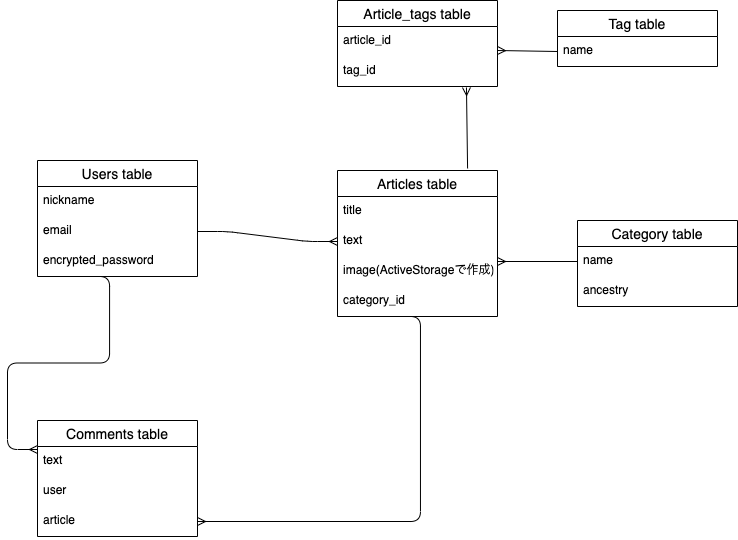
Earlier version of the draw.io export find_er.drawio.png (Danke1732/find-app). Source tidied: cells renumbered, new cells last; positions are measured from the earlier drawing's top-left corner, leaving out a move shared by most shapes. Its diagram source:
```xml
<mxGraphModel>
  <root>
    <mxCell id="0" />
    <mxCell id="1" parent="0" />
    <mxCell id="2" value="Users table" style="swimlane;fontStyle=0;horizontal=1;startSize=26;align=center;fontSize=14;" parent="1" vertex="1">
      <mxGeometry y="160" width="160" height="116" as="geometry" />
    </mxCell>
    <mxCell id="3" value="nickname" style="text;strokeColor=none;fillColor=none;spacingLeft=4;spacingRight=4;overflow=hidden;fontSize=12;" parent="2" vertex="1">
      <mxGeometry y="26" width="160" height="30" as="geometry" />
    </mxCell>
    <mxCell id="4" value="email" style="text;strokeColor=none;fillColor=none;spacingLeft=4;spacingRight=4;overflow=hidden;points=[[0,0.5],[1,0.5]];portConstraint=eastwest;fontSize=12;" parent="2" vertex="1">
      <mxGeometry y="56" width="160" height="30" as="geometry" />
    </mxCell>
    <mxCell id="5" value="encrypted_password" style="text;strokeColor=none;fillColor=none;spacingLeft=4;spacingRight=4;overflow=hidden;points=[[0,0.5],[1,0.5]];portConstraint=eastwest;fontSize=12;" parent="2" vertex="1">
      <mxGeometry y="86" width="160" height="30" as="geometry" />
    </mxCell>
    <mxCell id="6" value="Comments table" style="swimlane;fontStyle=0;horizontal=1;startSize=26;align=center;fontSize=14;" parent="1" vertex="1">
      <mxGeometry y="420" width="160" height="116" as="geometry" />
    </mxCell>
    <mxCell id="7" value="text" style="text;strokeColor=none;fillColor=none;spacingLeft=4;spacingRight=4;overflow=hidden;fontSize=12;" parent="6" vertex="1">
      <mxGeometry y="26" width="160" height="30" as="geometry" />
    </mxCell>
    <mxCell id="8" value="user" style="text;strokeColor=none;fillColor=none;spacingLeft=4;spacingRight=4;overflow=hidden;fontSize=12;" parent="6" vertex="1">
      <mxGeometry y="56" width="160" height="30" as="geometry" />
    </mxCell>
    <mxCell id="9" value="article" style="text;strokeColor=none;fillColor=none;spacingLeft=4;spacingRight=4;overflow=hidden;points=[[0,0.5],[1,0.5]];portConstraint=eastwest;fontSize=12;" parent="6" vertex="1">
      <mxGeometry y="86" width="160" height="30" as="geometry" />
    </mxCell>
    <mxCell id="10" value="Articles table" style="swimlane;fontStyle=0;horizontal=1;startSize=26;align=center;fontSize=14;" parent="1" vertex="1">
      <mxGeometry x="300" y="170" width="160" height="146" as="geometry" />
    </mxCell>
    <mxCell id="11" value="title" style="text;strokeColor=none;fillColor=none;spacingLeft=4;spacingRight=4;overflow=hidden;fontSize=12;" parent="10" vertex="1">
      <mxGeometry y="26" width="160" height="30" as="geometry" />
    </mxCell>
    <mxCell id="12" value="text" style="text;strokeColor=none;fillColor=none;spacingLeft=4;spacingRight=4;overflow=hidden;points=[[0,0.5],[1,0.5]];portConstraint=eastwest;fontSize=12;" parent="10" vertex="1">
      <mxGeometry y="56" width="160" height="30" as="geometry" />
    </mxCell>
    <mxCell id="13" value="image(ActiveStorageで作成)" style="text;strokeColor=none;fillColor=none;spacingLeft=4;spacingRight=4;overflow=hidden;fontSize=12;" parent="10" vertex="1">
      <mxGeometry y="86" width="160" height="30" as="geometry" />
    </mxCell>
    <mxCell id="14" value="category_id" style="text;strokeColor=none;fillColor=none;spacingLeft=4;spacingRight=4;overflow=hidden;points=[[0,0.5],[1,0.5]];portConstraint=eastwest;fontSize=12;" parent="10" vertex="1">
      <mxGeometry y="116" width="160" height="30" as="geometry" />
    </mxCell>
    <mxCell id="15" value="Tag table" style="swimlane;fontStyle=0;horizontal=1;startSize=26;align=center;fontSize=14;" parent="1" vertex="1">
      <mxGeometry x="520" y="10" width="160" height="56" as="geometry" />
    </mxCell>
    <mxCell id="16" value="name" style="text;strokeColor=none;fillColor=none;spacingLeft=4;spacingRight=4;overflow=hidden;points=[[0,0.5],[1,0.5]];portConstraint=eastwest;fontSize=12;" parent="15" vertex="1">
      <mxGeometry y="26" width="160" height="30" as="geometry" />
    </mxCell>
    <mxCell id="17" value="Article_tags table" style="swimlane;fontStyle=0;horizontal=1;startSize=26;align=center;fontSize=14;" parent="1" vertex="1">
      <mxGeometry x="300" width="160" height="86" as="geometry" />
    </mxCell>
    <mxCell id="18" value="article_id" style="text;strokeColor=none;fillColor=none;spacingLeft=4;spacingRight=4;overflow=hidden;points=[[0,0.5],[1,0.5]];portConstraint=eastwest;fontSize=12;" parent="17" vertex="1">
      <mxGeometry y="26" width="160" height="30" as="geometry" />
    </mxCell>
    <mxCell id="19" value="tag_id" style="text;strokeColor=none;fillColor=none;spacingLeft=4;spacingRight=4;overflow=hidden;points=[[0,0.5],[1,0.5]];portConstraint=eastwest;fontSize=12;" parent="17" vertex="1">
      <mxGeometry y="56" width="160" height="30" as="geometry" />
    </mxCell>
    <mxCell id="20" style="edgeStyle=entityRelationEdgeStyle;fontSize=12;html=1;endArrow=ERmany;exitX=1;exitY=0.5;exitDx=0;exitDy=0;entryX=0;entryY=0.5;entryDx=0;entryDy=0;" parent="1" edge="1" source="4" target="12">
      <mxGeometry relative="1" as="geometry" />
    </mxCell>
    <mxCell id="21" value="Category table" style="swimlane;fontStyle=0;horizontal=1;startSize=26;align=center;fontSize=14;" parent="1" vertex="1">
      <mxGeometry x="540" y="220" width="160" height="86" as="geometry" />
    </mxCell>
    <mxCell id="22" value="name" style="text;strokeColor=none;fillColor=none;spacingLeft=4;spacingRight=4;overflow=hidden;points=[[0,0.5],[1,0.5]];portConstraint=eastwest;fontSize=12;" parent="21" vertex="1">
      <mxGeometry y="26" width="160" height="30" as="geometry" />
    </mxCell>
    <mxCell id="23" value="ancestry" style="text;strokeColor=none;fillColor=none;spacingLeft=4;spacingRight=4;overflow=hidden;fontSize=12;" parent="21" vertex="1">
      <mxGeometry y="56" width="160" height="30" as="geometry" />
    </mxCell>
    <mxCell id="24" style="edgeStyle=entityRelationEdgeStyle;fontSize=12;html=1;endArrow=ERmany;exitX=0.331;exitY=1;exitDx=0;exitDy=0;exitPerimeter=0;" parent="1" edge="1" source="14" target="9">
      <mxGeometry relative="1" as="geometry" />
    </mxCell>
    <mxCell id="25" style="edgeStyle=entityRelationEdgeStyle;fontSize=12;html=1;endArrow=ERmany;exitX=0.263;exitY=1;exitDx=0;exitDy=0;exitPerimeter=0;entryX=0;entryY=0.25;entryDx=0;entryDy=0;" parent="1" edge="1" source="5" target="6">
      <mxGeometry relative="1" as="geometry" />
    </mxCell>
    <mxCell id="26" style="edgeStyle=orthogonalEdgeStyle;fontSize=12;html=1;endArrow=ERmany;exitX=0;exitY=0.5;exitDx=0;exitDy=0;" parent="1" edge="1" source="22">
      <mxGeometry relative="1" as="geometry">
        <mxPoint x="460" y="261" as="targetPoint" />
      </mxGeometry>
    </mxCell>
    <mxCell id="27" style="fontSize=12;html=1;endArrow=ERmany;exitX=0;exitY=0.5;exitDx=0;exitDy=0;entryX=1;entryY=0.8;entryDx=0;entryDy=0;entryPerimeter=0;" parent="1" edge="1" source="16" target="18">
      <mxGeometry relative="1" as="geometry" />
    </mxCell>
    <mxCell id="28" style="fontSize=12;html=1;endArrow=ERmany;exitX=0.813;exitY=-0.014;exitDx=0;exitDy=0;entryX=0.806;entryY=1.033;entryDx=0;entryDy=0;entryPerimeter=0;exitPerimeter=0;" parent="1" edge="1" source="10" target="19">
      <mxGeometry relative="1" as="geometry" />
    </mxCell>
  </root>
</mxGraphModel>
```
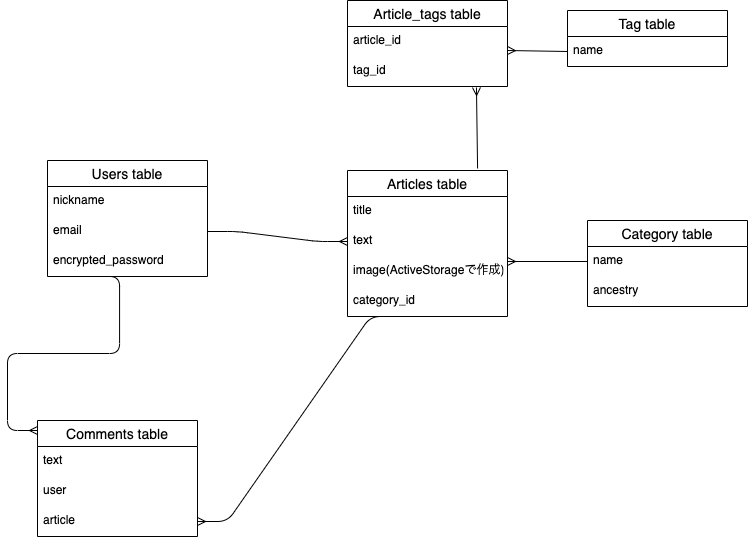
Later version of the same file.

What changed in the source:
```diff
@@ -15,7 +15,7 @@
       <mxGeometry y="86" width="160" height="30" as="geometry" />
     </mxCell>
     <mxCell id="6" value="Comments table" style="swimlane;fontStyle=0;horizontal=1;startSize=26;align=center;fontSize=14;" parent="1" vertex="1">
-      <mxGeometry y="420" width="160" height="116" as="geometry" />
+      <mxGeometry x="-10" y="420" width="160" height="116" as="geometry" />
     </mxCell>
     <mxCell id="7" value="text" style="text;strokeColor=none;fillColor=none;spacingLeft=4;spacingRight=4;overflow=hidden;fontSize=12;" parent="6" vertex="1">
       <mxGeometry y="26" width="160" height="30" as="geometry" />
@@ -71,8 +71,10 @@
     <mxCell id="24" style="edgeStyle=entityRelationEdgeStyle;fontSize=12;html=1;endArrow=ERmany;exitX=0.331;exitY=1;exitDx=0;exitDy=0;exitPerimeter=0;" parent="1" edge="1" source="14" target="9">
       <mxGeometry relative="1" as="geometry" />
     </mxCell>
-    <mxCell id="25" style="edgeStyle=entityRelationEdgeStyle;fontSize=12;html=1;endArrow=ERmany;exitX=0.263;exitY=1;exitDx=0;exitDy=0;exitPerimeter=0;entryX=0;entryY=0.25;entryDx=0;entryDy=0;" parent="1" edge="1" source="5" target="6">
-      <mxGeometry relative="1" as="geometry" />
+    <mxCell id="25" style="edgeStyle=entityRelationEdgeStyle;fontSize=12;html=1;endArrow=ERmany;exitX=0.263;exitY=1;exitDx=0;exitDy=0;exitPerimeter=0;" parent="1" edge="1" source="5">
+      <mxGeometry relative="1" as="geometry">
+        <mxPoint x="-10" y="430" as="targetPoint" />
+      </mxGeometry>
     </mxCell>
     <mxCell id="26" style="edgeStyle=orthogonalEdgeStyle;fontSize=12;html=1;endArrow=ERmany;exitX=0;exitY=0.5;exitDx=0;exitDy=0;" parent="1" edge="1" source="22">
       <mxGeometry relative="1" as="geometry">
```
